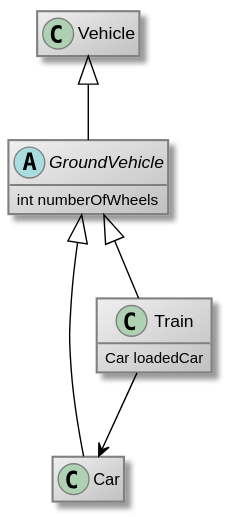
Above: doc/images/ground-vehicles_class.svg in comsysto/livingdoc (PlantUML), before the change. The source it was exported from:
```plantuml
@startuml
skinparam class {
	BackgroundColor #F0F0F0/#C0C0C0
	BorderColor grey
    BackgroundColor<<new>> #e6ffe6/#b3ffb3
    BorderColor<<new>> green
    BorderColor<<new_in_context>> green
	BorderColor<<modified>> blue
	BackgroundColor<<modified>> #e6e6ff/#b3b3ff
	BackgroundColor<<required>> #ffd700/yellow
    BorderColor<<required>> orange
	ArrowColor black
}

skinParam noteBackgroundColor #FFFFAA
skinParam noteBorderColor gray
hide empty members

abstract class GroundVehicle {
    int numberOfWheels

}

class Car

class Train {
    Car loadedCar

}

class Vehicle

Vehicle <|-- GroundVehicle
GroundVehicle <|-- Car
GroundVehicle <|-- Train

Train --> Car

@enduml
```
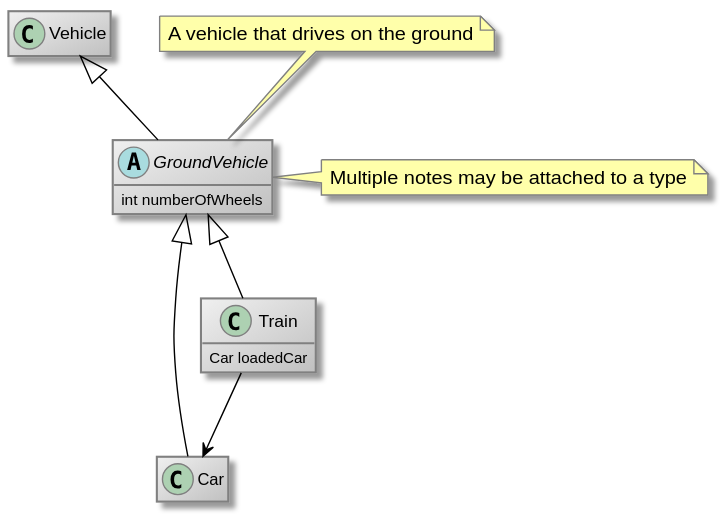
The same file after the commit.

The edit, as a diff of the source:
```diff
@@ -15,11 +15,20 @@
 skinParam noteBackgroundColor #FFFFAA
 skinParam noteBorderColor gray
 hide empty members
+class Vehicle
 
 abstract class GroundVehicle {
     int numberOfWheels
 
 }
+
+note top of GroundVehicle
+A vehicle that drives on the ground
+end note
+
+note right of GroundVehicle
+Multiple notes may be attached to a type
+end note
 
 class Car
 
@@ -28,7 +37,6 @@
 
 }
 
-class Vehicle
 
 Vehicle <|-- GroundVehicle
 GroundVehicle <|-- Car
```
